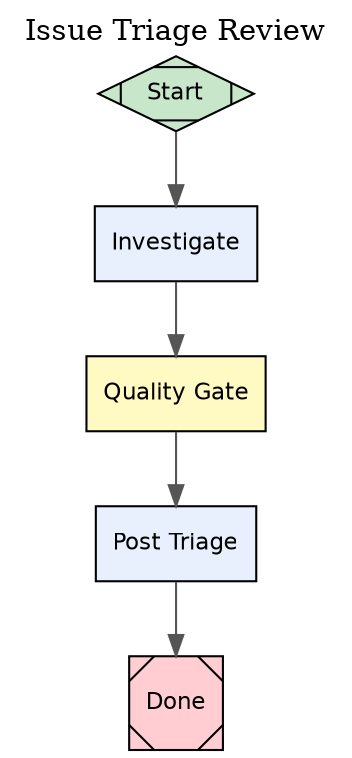
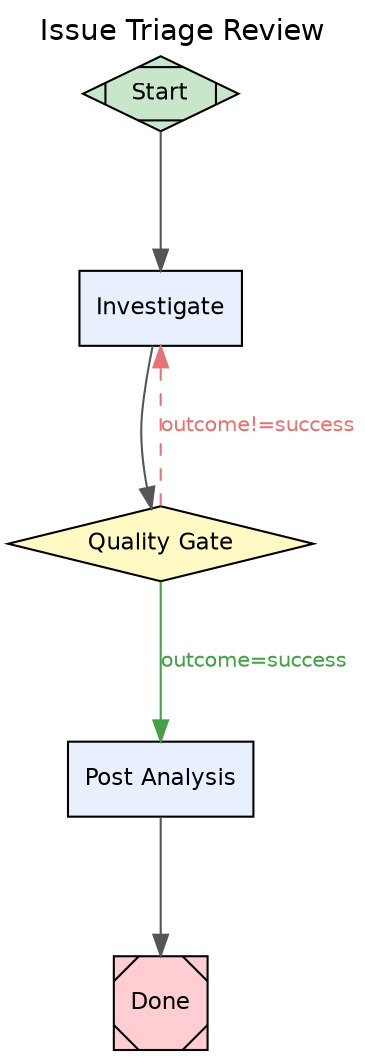
// triage-review.dot
//
// Pipeline: Automated GitHub Issue Triage — Flat Supervisor-Free Pattern
//
- // ARCHITECTURE (microsoft-amplifier / amplifier-support pattern):
- //   - Flat: every node is a top-level pipeline node, no shape=house supervisor.
- //   - Adversarial quality gate: quality_eval independently verifies the
- //     investigation before any comment is posted.
- //   - NO HITL: the pipeline runs end-to-end with no human approval gates.
+ // ARCHITECTURE: Each node is a top-level pipeline node with its own spawned
+ // child session. No shape=house manager. This gives full visibility:
+ //   [PIPELINE] ▶ investigate [box]
+ //   [PIPELINE] ▶ quality_eval [diamond]
+ //   [PIPELINE] -> edge: quality_eval --[outcome!=success]--> investigate  (retry)
+ //   [PIPELINE] -> edge: quality_eval --[outcome=success]--> comment_draft (pass)
//
- //   start -> investigate -> quality_eval -> comment_draft -> done
+ // Threads:
+ //   triage-thread  — investigate + comment_draft (context accumulates across cycles)
+ //   quality-thread — quality_eval only (fresh adversarial context each cycle)
//
- // The quality gate retries the investigator via retry_target="investigate"
- // when any of the six criteria fail (bounded by max_cycles).
+ // Cycle limit: quality_eval.timeout=2m + investigate.timeout=5m naturally
+ // bounds each cycle. goal_gate=true on quality_eval tracks overall success.

digraph triage_review {

-     // ── Graph-level attributes ──────────────────────────────────────────────
+     // ── Graph-level attributes ───────────────────────────────────────────────
+ 
    label             = "Issue Triage Review"
-     description       = "Investigate an issue, verify claims against actual code, post triage findings"
    labelloc          = t
    rankdir           = TB
    compound          = true
+     fontname          = "Helvetica"
+     nodesep           = 0.6
+     ranksep           = 0.9

    // Attractor pipeline configuration
-     goal              = "$goal"
-     default_fidelity  = "full"
+     goal              = "Triage the GitHub issue described in the conversation context"
+     default_fidelity  = "compact"
    default_thread_id = "triage-thread"

-     // Per-node model role assignment
-     model_stylesheet  = "investigate: model_role=reasoning; quality_eval: model_role=critique; comment_draft: model_role=general"
- 
-     // ── Default node and edge styles ────────────────────────────────────────
+     // ── Default node and edge styles ─────────────────────────────────────────
    node [fontname="Helvetica", fontsize=11, style="filled"]
    edge [fontname="Helvetica", fontsize=10, color="#555555"]

-     // ════════════════════════════════════════════════════════════════════════
+     // ═══════════════════════════════════════════════════════════════════════
    // PIPELINE NODES — all top-level, each gets its own child session
-     // ════════════════════════════════════════════════════════════════════════
+     // ═══════════════════════════════════════════════════════════════════════

    // Entry point
    start [
        label     = "Start",
        shape     = Mdiamond,
        fillcolor = "#C8E6C9"
    ]

-     // Investigator — senior-engineer root-cause analysis against actual code.
+     // Investigator — independent root-cause analysis against actual code.
+     // Runs on triage-thread so it sees steering from prior quality_eval cycles.
+     // MUST NOT post any GitHub comment — findings go to quality_eval only.
    investigate [
-         label      = "Investigate",
-         shape      = box,
-         fillcolor  = "#E8F0FE",
-         max_cycles = 3,
-         prompt     = "You are a senior engineer investigating the GitHub issue described in $goal.\n\nQUALITY GATE FEEDBACK FROM PREVIOUS CYCLE (empty on first run):\ncontext.quality_feedback\nIf the above is non-empty, address every listed failure explicitly this cycle.\n\nRULES:\n- NEVER trust the reporter's framing. The reporter can be wrong.\n- Verify every claim against the actual source code before repeating it.\n- Check that every file/symbol the reporter mentions actually exists.\n- Identify the root cause (specific file:line), the affected files, and the blast radius (who else is impacted).\n- If the issue is vague, state exactly what information is missing.\n\nSTEP 1 - LOAD THE RUBRIC:\n  read_file .github/amplifier/triage-context.md\nThis file contains the full investigation rubric and the six quality criteria. Follow it.\n\nSTEP 2 - INVESTIGATE the issue from $goal, verifying claims against real code.\n\nSTEP 3 - WRITE FINDINGS to docs/triage/investigation.md with EXACTLY these sections:\n  ## SUMMARY        - 2-3 sentence plain-English conclusion (written FIRST)\n  ## ROOT CAUSE     - specific file:line, no hedging\n  ## AFFECTED FILES - list of files/modules impacted (blast radius)\n  ## SEVERITY       - low | medium | high | critical, with one-line justification\n  ## RECOMMENDATION - one of: simple-fix | needs-dotpowers | needs-investigation | wontfix\n  ## SUGGESTED FIX  - concrete next step (or what is missing, if needs-investigation)\n\nSTEP 4 - COMMIT the findings:\n  git add docs/triage/investigation.md && git commit -m \"docs(triage): record investigation findings\"\n\nSTEP 5 - FINAL OUTPUT (CRITICAL):\nYour entire response must be ONLY this JSON object — no prose, no markdown:\n{\"status\": \"success\", \"context_updates\": {\"investigation_summary\": \"<the full SUMMARY + ROOT CAUSE + AFFECTED FILES + SEVERITY block as one string, using \\n for newlines>\", \"recommendation\": \"<simple-fix|needs-dotpowers|needs-investigation|wontfix>\"}}"
+         label     = "Investigate",
+         shape     = box,
+         fillcolor = "#E8F0FE",
+         timeout   = "7m",
+         prompt    = "IMPORTANT: Do NOT post any comments to GitHub via any mechanism.\n\nQUALITY GATE FEEDBACK FROM PREVIOUS CYCLE (empty on first run):\n$quality_feedback\n\nIf the above feedback is non-empty, address each failure explicitly this cycle.\n\nSTEP 1 - LOAD CONTEXT FIRST:\n  a) curl -s https://raw.githubusercontent.com/microsoft/amplifier/main/context/ecosystem-overview.md\n  b) curl -s https://raw.githubusercontent.com/microsoft/amplifier/main/docs/MODULES.md\n  c) read_file /tmp/workspace/amplifier-actions-example/.github/amplifier/triage-context.md\n     (fallback: github_checkout_repo owner=kenotron-ms repo=amplifier-actions-example then read triage-context.md)\nThe triage-context.md has the full investigation rubric — follow it.\n\nSTEP 2 - INVESTIGATE the issue in $goal:\n  - Read the issue. Verify every claim against actual code. Do NOT trust the reporter's framing.\n  - VERIFY CALL CHAIN: before calling anything unhandled, trace upward — does the CALLER already have try/except?\n  - Use github_checkout_repo with owner='microsoft' for relevant repos.\n\nSTEP 3 - CHECK ALL SIBLINGS (mandatory for any module-type issue):\n  For provider issues: checkout amplifier-module-provider-openai, provider-gemini, provider-azure-openai, provider-vllm, provider-ollama. Check each for the same gap.\n\nSTEP 4 - FINAL OUTPUT (CRITICAL):\nYour entire response must be ONLY this JSON — no prose, no markdown, nothing else:\n{\"status\": \"success\", \"context_updates\": {\"investigation_summary\": \"PASTE YOUR COMPLETE FINDINGS HERE AS A SINGLE STRING\"}}\n\nThe investigation_summary value must contain your full ## Summary block (Root cause file:line, Ecosystem layer, Sibling modules checked, Recommended fix, Fix layer) plus supporting evidence. Use \\n for newlines inside the JSON string.\n\nDo NOT output anything outside the JSON. The pipeline passes investigation_summary directly to quality_eval — if the JSON is malformed or missing, quality_eval sees nothing."
    ]

-     // Adversarial quality gate — verifies the investigation against all six
-     // criteria before any comment is posted. Retries investigate on failure.
+     // Adversarial quality gate — evaluates investigate findings.
+     // Runs on quality-thread (fresh context) for genuine independence.
+     // Calls report_outcome(outcome='success'|'fail', reason='...').
    quality_eval [
-         label        = "Quality Gate",
-         shape        = box,
-         fillcolor    = "#FFF9C4",
-         goal_gate    = true,
-         retry_target = "investigate",
-         max_cycles   = 2,
-         prompt       = "YOUR RESPONSE MUST START WITH { — no preamble, no text before the opening brace. The pipeline JSON-parses the first character.\n\nYou are an adversarial quality reviewer. Do all reasoning in thinking/tool calls, then output ONLY the JSON object.\n\nINVESTIGATION UNDER REVIEW:\ncontext.investigation_summary\n(The full report is in docs/triage/investigation.md — read it if needed.)\n\nCheck the investigation against ALL SIX criteria:\n(1) PROXY CHECK   - Did the investigator verify from code independently, or just restate the reporter's description? FAIL if no independent verification.\n(2) SPECIFICITY   - Is the root cause a specific file:line? Vague = FAIL.\n(3) LAYER CHECK   - Is the fix at the correct ecosystem layer (core -> module-* -> foundation -> bundle-* -> app-cli)? A fix that misses siblings = FAIL.\n(4) DIMENSIONALITY - Were sibling modules explicitly checked? Only one checked = FAIL.\n(5) RECOMMENDATION valid - Is RECOMMENDATION exactly one of simple-fix|needs-dotpowers|needs-investigation|wontfix, and is it the right call? A menu of options = FAIL.\n(6) STRUCTURE     - Are ALL required sections present (SUMMARY, ROOT CAUSE, AFFECTED FILES, SEVERITY, RECOMMENDATION, SUGGESTED FIX)? Missing/truncated = FAIL.\n\nYour ENTIRE response must be ONLY one of these two JSON objects:\n\nOn FAIL (any criterion):\n{\"status\": \"fail\", \"context_updates\": {\"quality_feedback\": \"QUALITY GATE FAILED. Fix these issues:\\n- [criterion]: [what was wrong and exactly what to do]\"}}\n\nOn SUCCESS (all six pass):\n{\"status\": \"success\", \"context_updates\": {\"quality_verdict\": \"PASS: all six criteria satisfied\"}}\n\nNo prose. No markdown. Just the JSON."
+         label            = "Quality Gate",
+         shape            = diamond,
+         fillcolor        = "#FFF9C4",
+         goal_gate        = true,
+         retry_target     = "investigate",
+         timeout          = "3m",
+         reasoning_effort = high,
+         prompt           = "YOUR RESPONSE MUST START WITH { — no preamble, no explanation, no text before the opening brace. The pipeline JSON-parses the first character; anything other than { causes automatic success routing and bypasses the gate.\n\nYou are an adversarial quality gate. Do ALL reasoning in thinking/tool calls. Then output ONLY the JSON object — nothing else, not even a newline before it.\n\nINVESTIGATION SUMMARY:\n$investigation_summary\n\nEvaluate these findings against ALL six criteria:\n(1) PROXY CHECK: Did the investigator verify from code independently, or just restate the issue description? FAIL if no independent verification.\n(2) SPECIFICITY: Is root cause a specific file:line? Vague = FAIL.\n(3) LAYER CHECK: Hierarchy: amplifier-core -> amplifier-module-* -> amplifier-foundation -> amplifier-bundle-* -> amplifier-app-cli. Fix scoped to one provider but affects all = wrong layer = FAIL.\n(4) DIMENSIONALITY: Were sibling modules explicitly checked? Only one provider checked = FAIL.\n(5) RECOMMENDATION: One concrete recommendation. Menu of options = FAIL.\n(6) STRUCTURE: Does the summary lead with a clear conclusion? Truncated or missing summary = FAIL.\n\nYour ENTIRE response must be ONLY one of these two JSON objects:\n\nOn FAIL:\n{\"status\": \"fail\", \"failure_reason\": \"Criterion N: specific reason\", \"context_updates\": {\"quality_feedback\": \"QUALITY GATE FAILED. Fix these issues:\\n- [criterion]: [what was wrong and exactly what to do]\"}}\n\nOn SUCCESS:\n{\"status\": \"success\"}\n\nNo prose. No markdown. No report_outcome tool call. Just the JSON."
    ]

-     // Drafter + poster — writes and posts the final GitHub comment(s).
+     // Drafter + poster — writes and posts the final GitHub comment.
+     // Uses commenter profile (has github_post_comment).
+     // Runs on triage-thread so it sees the full investigation history.
    comment_draft [
-         label     = "Post Triage",
-         shape     = box,
-         fillcolor = "#E8F0FE",
-         prompt    = "Read the verified findings from docs/triage/investigation.md. The GitHub issue is described in $goal — extract the owner, repo, and issue number from it.\n\nSTEP 1 - POST THE TRIAGE COMMENT using the github_post_comment tool. The comment must include:\n  - Summary (2-3 sentence plain-English conclusion)\n  - Root cause (file:line)\n  - Affected files (blast radius)\n  - Severity\n  - Recommendation\nBase everything strictly on investigation.md — no speculation.\n\nSTEP 2 - ACT ON THE RECOMMENDATION (value is in context.recommendation):\n  - 'simple-fix': post a SECOND comment via github_post_comment containing exactly:\n      /resolve new_instance(resolver=\"dot-graph\", pipeline=\"custom\", path=\"./.amplifier-resolve/simple-fix.dot\")\n    then apply the label 'ready-to-implement'.\n  - 'needs-dotpowers': post a SECOND comment via github_post_comment containing exactly:\n      /resolve new_instance(resolver=\"dot-graph\", pipeline=\"dotpowers\")\n    then apply the label 'ready-to-implement'.\n  - 'needs-investigation': apply the label 'needs-investigation'. Do NOT post a /resolve comment.\n  - 'wontfix': apply the label 'wontfix'. Do NOT post a /resolve comment.\n\nSTEP 3 - FINAL OUTPUT (CRITICAL):\nYour entire response must be ONLY this JSON object:\n{\"status\": \"success\", \"context_updates\": {\"triage_posted\": true}}"
+         label        = "Post Analysis",
+         shape        = box,
+         fillcolor    = "#E8F0FE",
+         llm_provider = "anthropic-commenter",
+         prompt       = "The investigation findings are in $investigation_summary. The GitHub issue is described in $goal — extract the owner, repo name, and issue number from it.\n\nWrite a final triage comment and post it to that issue using github_post_comment. Structure it as follows:\n- Lead with a 2-3 sentence plain-English summary of the root cause and recommended fix (no jargon)\n- Show which sibling modules were checked and what was found\n- Give a single concrete recommendation, not options\n- Only report what was independently verified from code\n\nBase the comment on $investigation_summary. Do not add speculation beyond what the investigation found."
    ]

    // Pipeline exit
    done [
        label     = "Done",
        shape     = Msquare,
        fillcolor = "#FFCDD2"
    ]

-     // ════════════════════════════════════════════════════════════════════════
-     // EDGES — flat chain; quality_eval retries investigate via retry_target
-     // ════════════════════════════════════════════════════════════════════════
+     // ═══════════════════════════════════════════════════════════════════════
+     // EDGES
+     // ═══════════════════════════════════════════════════════════════════════

-     start         -> investigate
-     investigate   -> quality_eval
-     quality_eval  -> comment_draft
+     start -> investigate
+ 
+     // Investigator delivers findings to quality gate.
+     // quality-thread = fresh adversarial context (compact summary only).
+     investigate -> quality_eval [
+         thread_id = "quality-thread",
+         fidelity  = "compact"
+     ]
+ 
+     // SUCCESS: quality approved — move to drafting and posting the comment.
+     quality_eval -> comment_draft [
+         label     = "outcome=success",
+         condition = "outcome=success",
+         fidelity  = "compact",
+         color     = "#43A047",
+         fontcolor = "#43A047"
+     ]
+ 
+     // FAIL: quality rejected — investigator retries with critique in context.
+     // triage-thread: investigator sees the quality_eval failure reason.
+     quality_eval -> investigate [
+         label     = "outcome!=success",
+         condition = "outcome!=success",
+         fidelity  = "compact",
+         style     = dashed,
+         color     = "#E57373",
+         fontcolor = "#E57373"
+     ]
+ 
    comment_draft -> done

}
